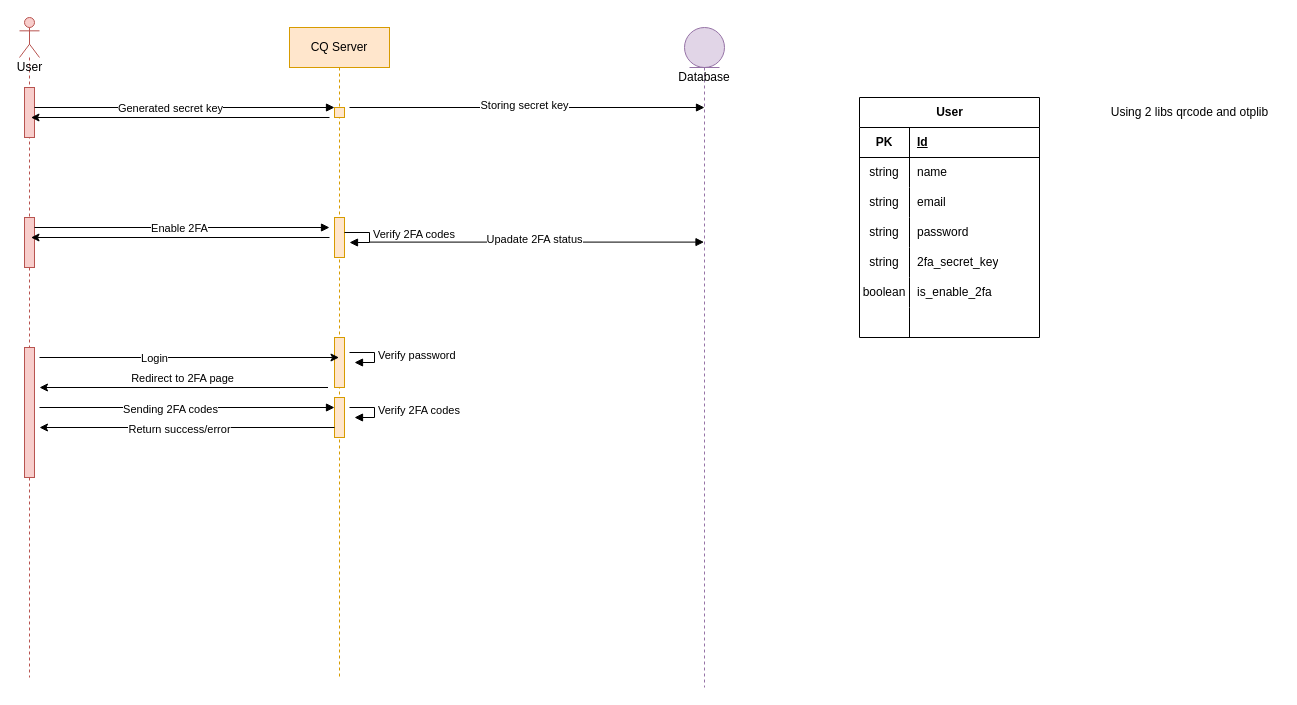
Earlier version of the draw.io diagram Untitled Diagram.drawio (shine8888/awsome-chat). Source tidied: cells renumbered, new cells numbered last; positions are measured from the earlier drawing's top-left corner, leaving out a move shared by most shapes. Both pictures are drawn from the tidied source at 100%, with x=0, y=0 at pixel (19, 17).
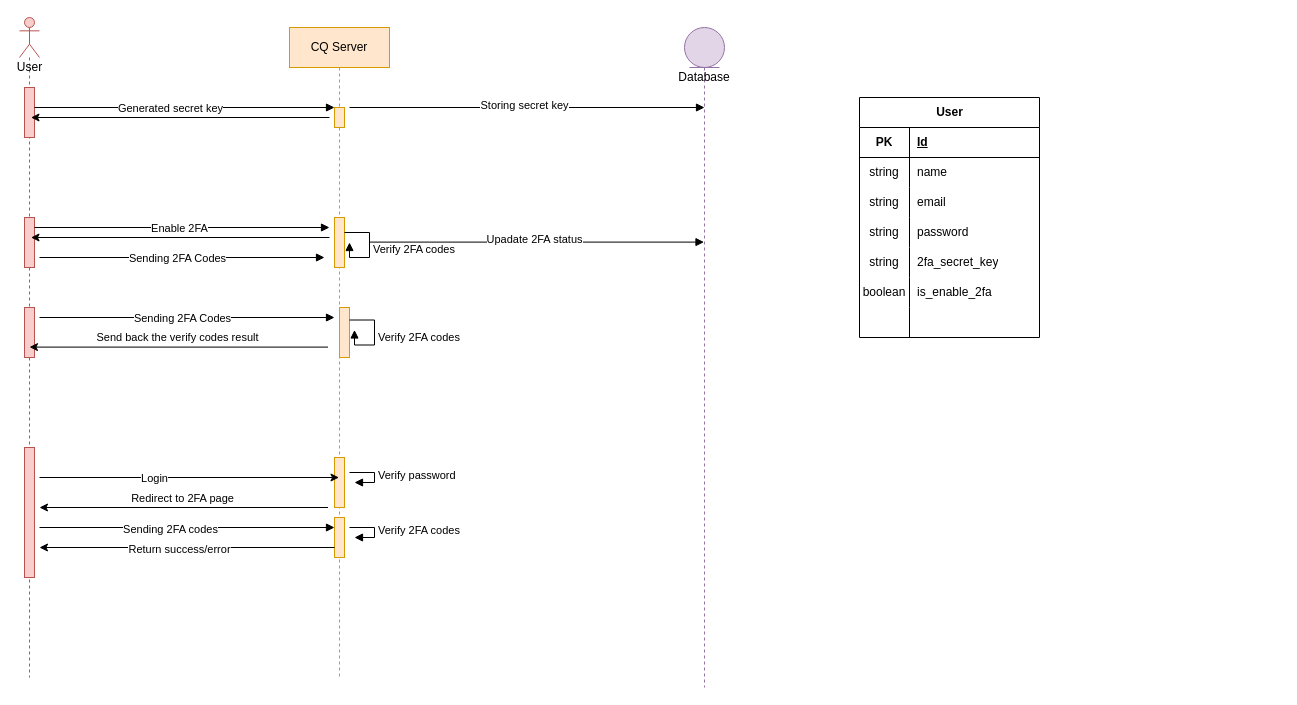
Above is the later version.

Unchanged cells that the change refers to:
```xml
<mxCell id="2" value="User" style="shape=umlLifeline;participant=umlActor;perimeter=lifelinePerimeter;html=1;verticalAlign=top;spacingTop=36;size=40;fillColor=#f8cecc;strokeColor=#b85450;" parent="1" vertex="1">
  <mxGeometry width="20" height="660" as="geometry" />
</mxCell>
<mxCell id="6" value="CQ Server" style="shape=umlLifeline;perimeter=lifelinePerimeter;whiteSpace=wrap;html=1;outlineConnect=0;fillColor=#ffe6cc;strokeColor=#d79b00;" parent="1" vertex="1">
  <mxGeometry x="270" y="10" width="100" height="650" as="geometry" />
</mxCell>
```

The edit, as a diff of the source:
```diff
@@
     <mxCell id="5" style="html=1;perimeter=orthogonalPerimeter;fillColor=#f8cecc;strokeColor=#b85450;" parent="2" vertex="1">
-      <mxGeometry x="5" y="330" width="10" height="130" as="geometry" />
+      <mxGeometry x="5" y="430" width="10" height="130" as="geometry" />
     </mxCell>
+    <mxCell id="58" style="html=1;perimeter=orthogonalPerimeter;fillColor=#f8cecc;strokeColor=#b85450;" parent="2" vertex="1">
+      <mxGeometry x="5" y="290" width="10" height="50" as="geometry" />
+    </mxCell>
@@
     <mxCell id="7" style="html=1;points=[];perimeter=orthogonalPerimeter;fillColor=#ffe6cc;strokeColor=#d79b00;" parent="6" vertex="1">
-      <mxGeometry x="45" y="80" width="10" height="10" as="geometry" />
+      <mxGeometry x="45" y="80" width="10" height="20" as="geometry" />
     </mxCell>
     <mxCell id="8" style="html=1;perimeter=orthogonalPerimeter;fillColor=#ffe6cc;strokeColor=#d79b00;" parent="6" vertex="1">
-      <mxGeometry x="45" y="190" width="10" height="40" as="geometry" />
+      <mxGeometry x="45" y="190" width="10" height="50" as="geometry" />
     </mxCell>
     <mxCell id="9" style="html=1;perimeter=orthogonalPerimeter;fillColor=#ffe6cc;strokeColor=#d79b00;" parent="6" vertex="1">
-      <mxGeometry x="45" y="310" width="10" height="50" as="geometry" />
+      <mxGeometry x="45" y="430" width="10" height="50" as="geometry" />
     </mxCell>
     <mxCell id="10" value="Verify 2FA codes" style="edgeStyle=orthogonalEdgeStyle;html=1;align=left;spacingLeft=2;endArrow=block;rounded=0;entryX=1;entryY=0;" parent="6" edge="1">
       <mxGeometry x="-0.01" relative="1" as="geometry">
         <mxPoint x="55" y="205" as="sourcePoint" />
         <mxPoint x="60" y="215" as="targetPoint" />
         <Array as="points">
           <mxPoint x="80" y="205" />
-          <mxPoint x="80" y="215" />
+          <mxPoint x="80" y="230" />
+          <mxPoint x="60" y="230" />
         </Array>
       </mxGeometry>
     </mxCell>
     <mxCell id="11" style="html=1;perimeter=orthogonalPerimeter;fillColor=#ffe6cc;strokeColor=#d79b00;" parent="6" vertex="1">
-      <mxGeometry x="45" y="370" width="10" height="40" as="geometry" />
+      <mxGeometry x="45" y="490" width="10" height="40" as="geometry" />
     </mxCell>
     <mxCell id="12" style="endArrow=classic;html=1;rounded=0;" parent="6" edge="1">
       <mxGeometry relative="1" as="geometry">
-        <mxPoint x="45" y="400" as="sourcePoint" />
-        <mxPoint x="-250" y="400" as="targetPoint" />
+        <mxPoint x="45" y="520" as="sourcePoint" />
+        <mxPoint x="-250" y="520" as="targetPoint" />
       </mxGeometry>
     </mxCell>
@@
+    <mxCell id="59" style="html=1;perimeter=orthogonalPerimeter;fillColor=#ffe6cc;strokeColor=#d79b00;" parent="6" vertex="1">
+      <mxGeometry x="50" y="280" width="10" height="50" as="geometry" />
+    </mxCell>
+    <mxCell id="60" value="Verify 2FA codes" style="edgeStyle=orthogonalEdgeStyle;html=1;align=left;spacingLeft=2;endArrow=block;rounded=0;entryX=1;entryY=0;" parent="6" edge="1">
+      <mxGeometry x="-0.01" relative="1" as="geometry">
+        <mxPoint x="60" y="292.5" as="sourcePoint" />
+        <mxPoint x="65" y="302.5" as="targetPoint" />
+        <Array as="points">
+          <mxPoint x="85" y="292.5" />
+          <mxPoint x="85" y="317.5" />
+          <mxPoint x="65" y="317.5" />
+        </Array>
+      </mxGeometry>
+    </mxCell>
@@
-    <mxCell id="25" style="endArrow=classic;html=1;rounded=0;" parent="1" edge="1" target="6">
+    <mxCell id="25" style="endArrow=classic;html=1;rounded=0;" parent="1" edge="1">
       <mxGeometry relative="1" as="geometry">
-        <mxPoint x="20" y="340" as="sourcePoint" />
+        <mxPoint x="20" y="460" as="sourcePoint" />
+        <mxPoint x="319.5" y="460" as="targetPoint" />
       </mxGeometry>
     </mxCell>
@@
     <mxCell id="27" value="Verify password" style="edgeStyle=orthogonalEdgeStyle;html=1;align=left;spacingLeft=2;endArrow=block;rounded=0;entryX=1;entryY=0;" parent="1" edge="1">
       <mxGeometry relative="1" as="geometry">
-        <mxPoint x="330" y="335" as="sourcePoint" />
-        <mxPoint x="335" y="345" as="targetPoint" />
+        <mxPoint x="330" y="455" as="sourcePoint" />
+        <mxPoint x="335" y="465" as="targetPoint" />
         <Array as="points">
-          <mxPoint x="355" y="335" />
-          <mxPoint x="355" y="345" />
+          <mxPoint x="355" y="455" />
+          <mxPoint x="355" y="465" />
         </Array>
       </mxGeometry>
     </mxCell>
     <mxCell id="28" style="endArrow=classic;html=1;rounded=0;" parent="1" edge="1">
       <mxGeometry relative="1" as="geometry">
-        <mxPoint x="308.5" y="370" as="sourcePoint" />
-        <mxPoint x="20" y="370" as="targetPoint" />
+        <mxPoint x="308.5" y="490" as="sourcePoint" />
+        <mxPoint x="20" y="490" as="targetPoint" />
       </mxGeometry>
     </mxCell>
@@
     <mxCell id="30" style="html=1;verticalAlign=bottom;endArrow=block;rounded=0;" parent="1" edge="1">
       <mxGeometry relative="1" as="geometry">
-        <mxPoint x="20" y="390" as="sourcePoint" />
-        <mxPoint x="315" y="390" as="targetPoint" />
+        <mxPoint x="20" y="510" as="sourcePoint" />
+        <mxPoint x="315" y="510" as="targetPoint" />
       </mxGeometry>
     </mxCell>
@@
     <mxCell id="32" value="Verify 2FA codes" style="edgeStyle=orthogonalEdgeStyle;html=1;align=left;spacingLeft=2;endArrow=block;rounded=0;entryX=1;entryY=0;" parent="1" edge="1">
       <mxGeometry relative="1" as="geometry">
-        <mxPoint x="330" y="390" as="sourcePoint" />
-        <mxPoint x="335" y="400" as="targetPoint" />
+        <mxPoint x="330" y="510" as="sourcePoint" />
+        <mxPoint x="335" y="520" as="targetPoint" />
         <Array as="points">
-          <mxPoint x="355" y="390" />
-          <mxPoint x="355" y="400" />
+          <mxPoint x="355" y="510" />
+          <mxPoint x="355" y="520" />
         </Array>
       </mxGeometry>
     </mxCell>
@@
-    <mxCell id="55" value="Using 2 libs qrcode and otplib" style="text;html=1;align=center;verticalAlign=middle;strokeColor=none;fillColor=none;" parent="1" vertex="1">
-      <mxGeometry x="1080" y="80" width="180" height="30" as="geometry" />
-    </mxCell>
@@
+    <mxCell id="61" style="html=1;verticalAlign=bottom;endArrow=block;rounded=0;" parent="1" edge="1">
+      <mxGeometry relative="1" as="geometry">
+        <mxPoint x="20" y="240" as="sourcePoint" />
+        <mxPoint x="305" y="240" as="targetPoint" />
+      </mxGeometry>
+    </mxCell>
+    <mxCell id="62" value="Sending 2FA Codes" style="edgeLabel;html=1;align=center;verticalAlign=middle;" parent="61" vertex="1">
+      <mxGeometry x="-0.04" relative="1" as="geometry" />
+    </mxCell>
+    <mxCell id="63" style="html=1;verticalAlign=bottom;endArrow=block;rounded=0;" parent="1" edge="1">
+      <mxGeometry relative="1" as="geometry">
+        <mxPoint x="20" y="300" as="sourcePoint" />
+        <mxPoint x="315" y="300" as="targetPoint" />
+      </mxGeometry>
+    </mxCell>
+    <mxCell id="64" value="Sending 2FA Codes" style="edgeLabel;html=1;align=center;verticalAlign=middle;" parent="63" vertex="1">
+      <mxGeometry x="-0.04" relative="1" as="geometry" />
+    </mxCell>
+    <mxCell id="65" style="endArrow=classic;html=1;rounded=0;entryX=1.1;entryY=0.117;entryDx=0;entryDy=0;entryPerimeter=0;" parent="1" edge="1">
+      <mxGeometry relative="1" as="geometry">
+        <mxPoint x="308.5" y="329.6" as="sourcePoint" />
+        <mxPoint x="10" y="329.6" as="targetPoint" />
+      </mxGeometry>
+    </mxCell>
+    <mxCell id="66" value="Send back the verify codes result" style="edgeLabel;html=1;align=center;verticalAlign=middle;" parent="65" vertex="1">
+      <mxGeometry x="0.02" y="1" relative="1" as="geometry">
+        <mxPoint x="1" y="-11" as="offset" />
+      </mxGeometry>
+    </mxCell>
```
